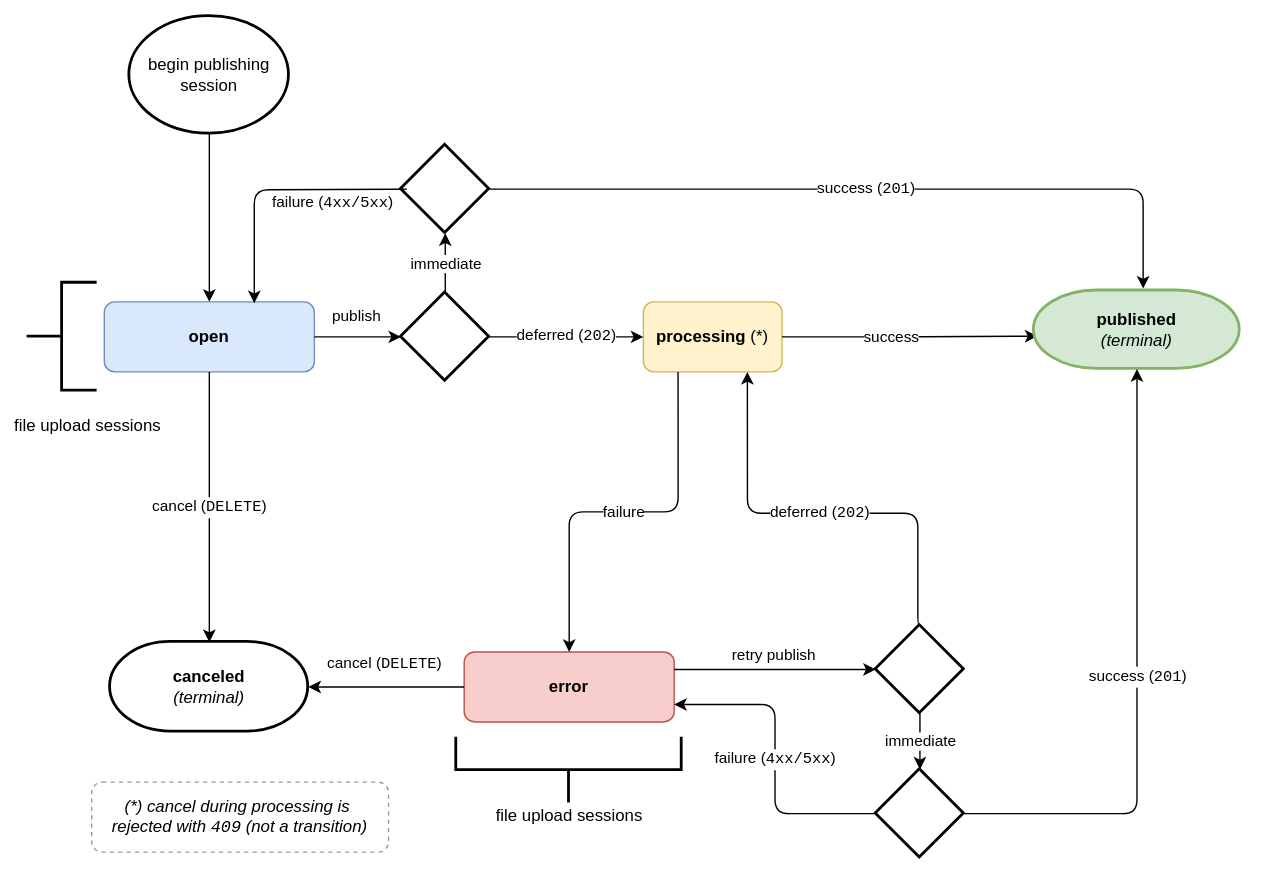
python/peps keeps this draw.io diagram as peps/pep-0694/publishing-session-states.drawio.svg. Above is the earlier version. Source tidied: cells renumbered, new cells last; positions are measured from the earlier drawing's top-left corner, leaving out a move shared by most shapes.
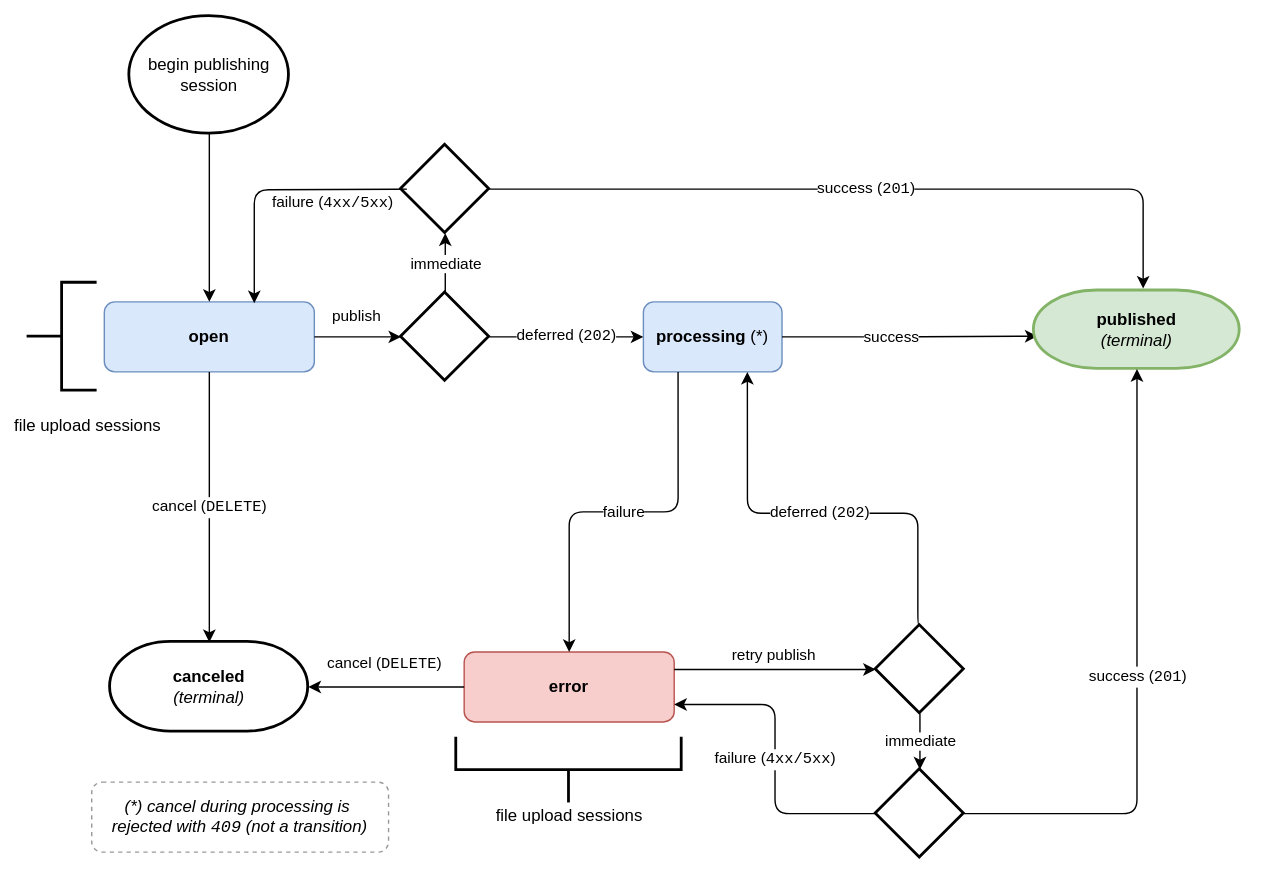
After the change.

Commit message:
Fixed all color schemes

The edit, as a diff of the source:
```diff
@@ -5,7 +5,7 @@
     <mxCell id="2" value="open" style="rounded=1;whiteSpace=wrap;html=1;fillColor=#DAE8FC;strokeColor=#6C8EBF;fontStyle=1;" parent="1" vertex="1">
       <mxGeometry x="55" y="204" width="150" height="50" as="geometry" />
     </mxCell>
-    <mxCell id="3" value="processing &lt;span style=&quot;font-weight: normal;&quot;&gt;(*)&lt;/span&gt;" style="rounded=1;whiteSpace=wrap;html=1;fillColor=#FFF2CC;strokeColor=#D6B656;fontStyle=1;" parent="1" vertex="1">
+    <mxCell id="3" value="processing &lt;span style=&quot;font-weight: normal;&quot;&gt;(*)&lt;/span&gt;" style="rounded=1;whiteSpace=wrap;html=1;fillColor=#DAE8FC;strokeColor=#6C8EBF;fontStyle=1;" parent="1" vertex="1">
       <mxGeometry x="440" y="204" width="99" height="50" as="geometry" />
     </mxCell>
     <mxCell id="4" value="error" style="rounded=1;whiteSpace=wrap;html=1;fillColor=#F8CECC;strokeColor=#B85450;fontStyle=1;" parent="1" vertex="1">
```
